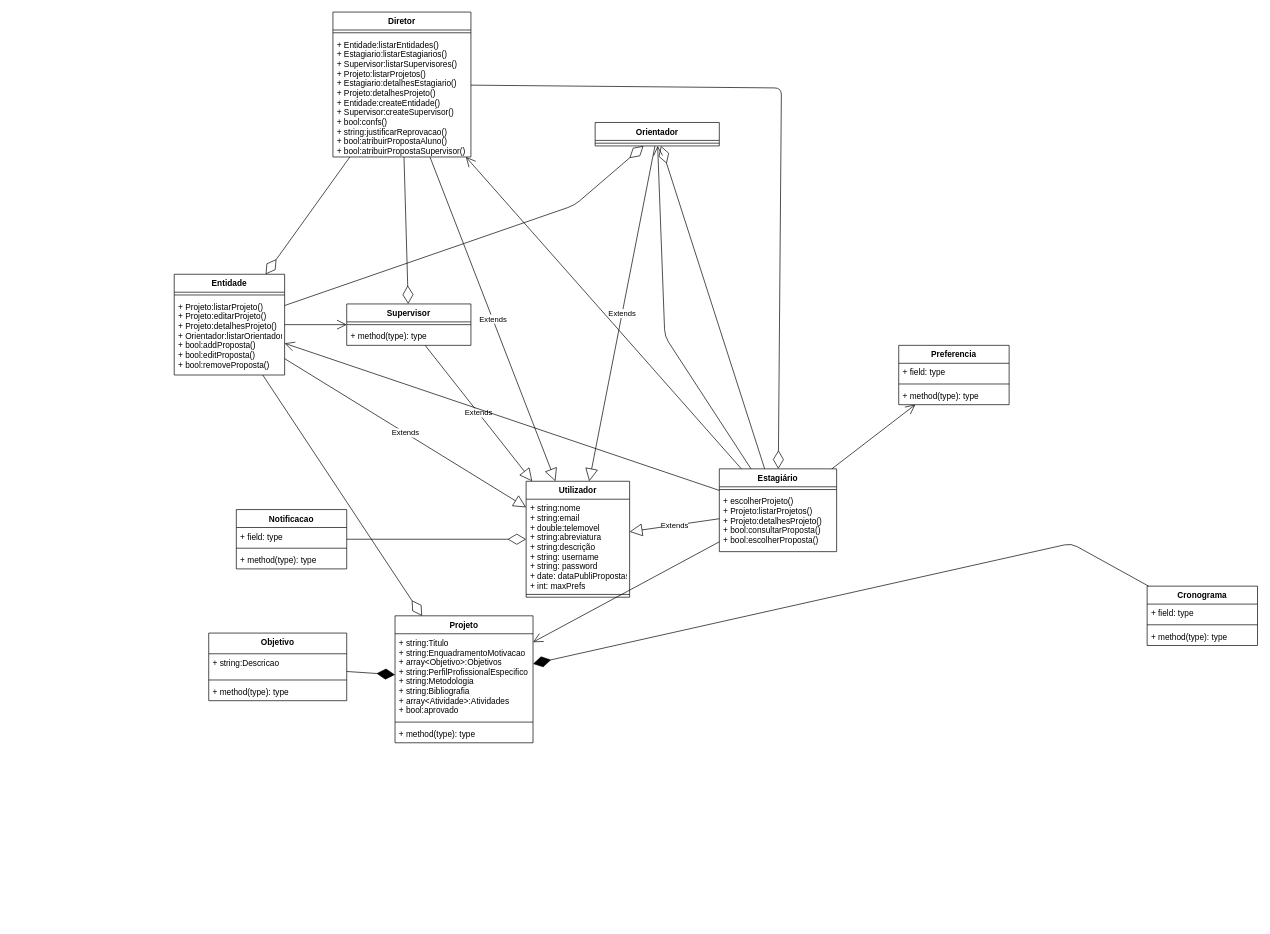
This is diag_classes.drawio from ruimpcastro/phpmockup, a draw.io file, before an edit. Source tidied: cells renumbered, new cells numbered last; positions are measured from the earlier drawing's top-left corner, leaving out a move shared by most shapes. Both pictures are drawn from the tidied source at 69%, with x=0, y=0 at pixel (174, 12).
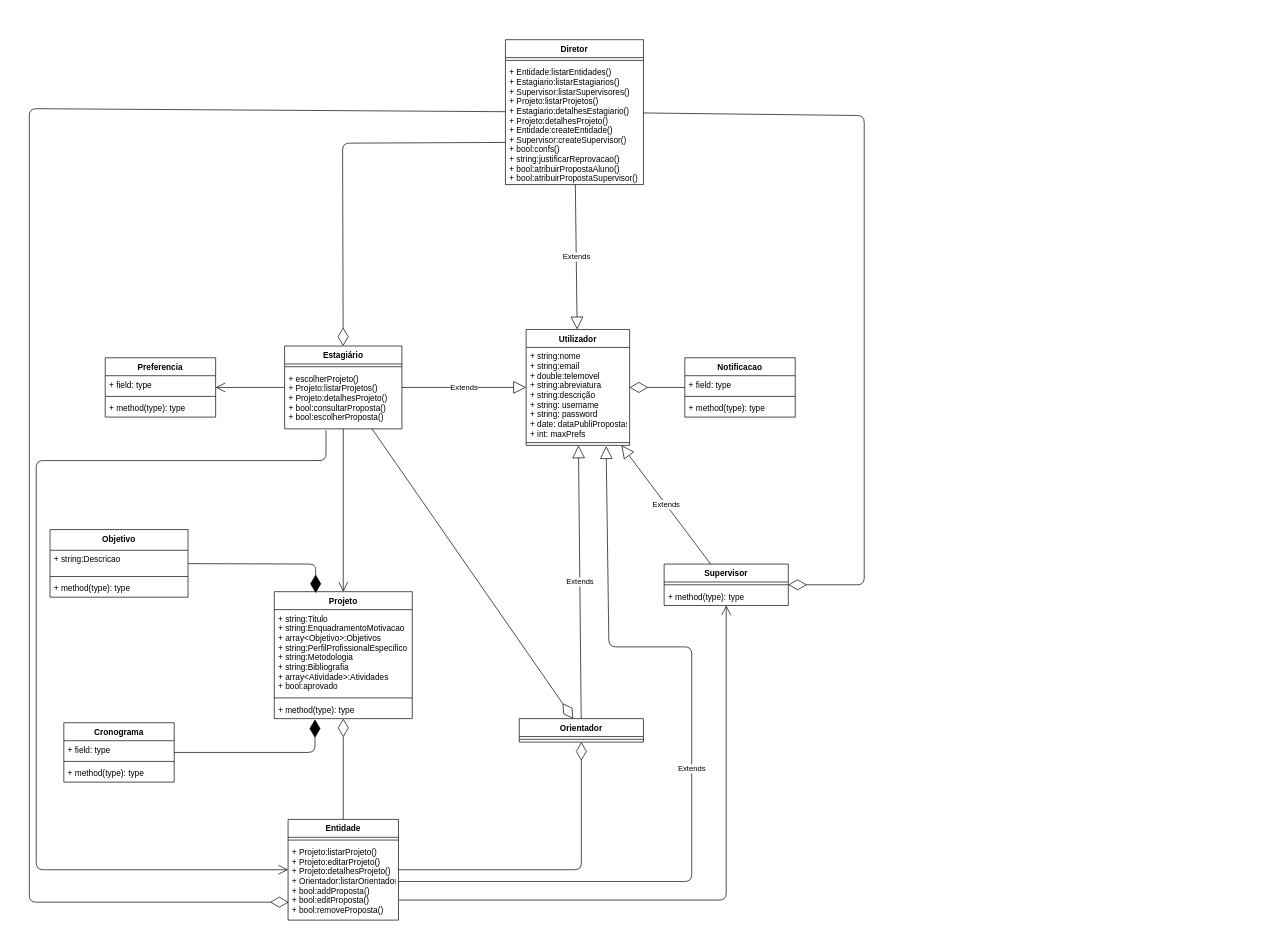
The same page after the edit.

Commit message:
Ajustes no diagrama de classes e organização do mesmo

Unchanged cells that the change refers to:
```xml
<mxCell id="4" style="line;strokeWidth=1;fillColor=none;align=left;verticalAlign=middle;spacingTop=-1;spacingLeft=3;spacingRight=3;labelPosition=right;points=[];portConstraint=eastwest;" parent="2" vertex="1">
  <mxGeometry y="160" width="150" height="8" as="geometry" />
</mxCell>
<mxCell id="9" value="+ Entidade:listarEntidades()&#10;+ Estagiario:listarEstagiarios()&#10;+ Supervisor:listarSupervisores()&#10;+ Projeto:listarProjetos()&#10;+ Estagiario:detalhesEstagiario()&#10;+ Projeto:detalhesProjeto()&#10;+ Entidade:createEntidade()&#10;+ Supervisor:createSupervisor()&#10;+ bool:confs()&#10;+ string:justificarReprovacao()&#10;+ bool:atribuirPropostaAluno()&#10;+ bool:atribuirPropostaSupervisor()&#10;" style="text;strokeColor=none;fillColor=none;align=left;verticalAlign=top;spacingLeft=4;spacingRight=4;overflow=hidden;points=[[0,0.5],[1,0.5]];portConstraint=eastwest;" parent="7" vertex="1">
  <mxGeometry y="34" width="200" height="176" as="geometry" />
</mxCell>
<mxCell id="12" value="+ Projeto:listarProjeto()&#10;+ Projeto:editarProjeto()&#10;+ Projeto:detalhesProjeto()&#10;+ Orientador:listarOrientadores()&#10;+ bool:addProposta()&#10;+ bool:editProposta()&#10;+ bool:removeProposta()" style="text;strokeColor=none;fillColor=none;align=left;verticalAlign=top;spacingLeft=4;spacingRight=4;overflow=hidden;points=[[0,0.5],[1,0.5]];portConstraint=eastwest;" parent="10" vertex="1">
  <mxGeometry y="34" width="160" height="112" as="geometry" />
</mxCell>
<mxCell id="23" value="+ method(type): type" style="text;strokeColor=none;fillColor=none;align=left;verticalAlign=top;spacingLeft=4;spacingRight=4;overflow=hidden;points=[[0,0.5],[1,0.5]];portConstraint=eastwest;" parent="20" vertex="1">
  <mxGeometry y="158" width="200" height="26" as="geometry" />
</mxCell>
```

What changed in the source:
```diff
@@
     <mxCell id="2" value="Utilizador" style="swimlane;fontStyle=1;align=center;verticalAlign=top;horizontal=1;startSize=26;" parent="1" vertex="1">
-      <mxGeometry x="510" y="680" width="150" height="168" as="geometry" />
+      <mxGeometry x="510" y="460" width="150" height="168" as="geometry" />
     </mxCell>
@@
     <mxCell id="5" value="Orientador" style="swimlane;fontStyle=1;align=center;verticalAlign=top;horizontal=1;startSize=26;" parent="1" vertex="1">
-      <mxGeometry x="610" y="160" width="180" height="34" as="geometry" />
+      <mxGeometry x="500" y="1024" width="180" height="34" as="geometry" />
     </mxCell>
@@
     <mxCell id="7" value="Diretor" style="swimlane;fontStyle=1;align=center;verticalAlign=top;horizontal=1;startSize=26;" parent="1" vertex="1">
-      <mxGeometry x="230" width="200" height="210" as="geometry" />
+      <mxGeometry x="480" y="40" width="200" height="210" as="geometry" />
     </mxCell>
@@
     <mxCell id="10" value="Entidade" style="swimlane;fontStyle=1;align=center;verticalAlign=top;horizontal=1;startSize=26;" parent="1" vertex="1">
-      <mxGeometry y="380" width="160" height="146" as="geometry" />
+      <mxGeometry x="165" y="1170" width="160" height="146" as="geometry" />
     </mxCell>
@@
-    <mxCell id="13" style="endArrow=open;endFill=1;endSize=12;html=1;" parent="1" edge="1" source="10" target="14">
-      <mxGeometry relative="1" as="geometry" />
+    <mxCell id="13" style="endArrow=open;endFill=1;endSize=12;html=1;exitX=1.006;exitY=0.741;exitDx=0;exitDy=0;exitPerimeter=0;" parent="1" edge="1" source="12" target="14">
+      <mxGeometry relative="1" as="geometry">
+        <Array as="points">
+          <mxPoint x="800" y="1287" />
+        </Array>
+      </mxGeometry>
     </mxCell>
     <mxCell id="14" value="Supervisor" style="swimlane;fontStyle=1;align=center;verticalAlign=top;horizontal=1;startSize=26;" parent="1" vertex="1">
-      <mxGeometry x="250" y="423" width="180" height="60" as="geometry" />
+      <mxGeometry x="710" y="800" width="180" height="60" as="geometry" />
     </mxCell>
@@
     <mxCell id="17" value="Estagiário" style="swimlane;fontStyle=1;align=center;verticalAlign=top;horizontal=1;startSize=26;" parent="1" vertex="1">
-      <mxGeometry x="790" y="662" width="170" height="120" as="geometry" />
+      <mxGeometry x="160" y="484" width="170" height="120" as="geometry" />
     </mxCell>
@@
     <mxCell id="20" value="Projeto" style="swimlane;fontStyle=1;align=center;verticalAlign=top;horizontal=1;startSize=26;" parent="1" vertex="1">
-      <mxGeometry x="320" y="875" width="200" height="184" as="geometry" />
+      <mxGeometry x="145" y="840" width="200" height="184" as="geometry" />
     </mxCell>
@@
     <mxCell id="24" value="Objetivo" style="swimlane;fontStyle=1;align=center;verticalAlign=top;horizontal=1;startSize=30;" parent="1" vertex="1">
-      <mxGeometry x="50" y="900" width="200" height="98" as="geometry" />
+      <mxGeometry x="-180" y="750" width="200" height="98" as="geometry" />
     </mxCell>
@@
     <mxCell id="29" value="Cronograma" style="swimlane;fontStyle=1;align=center;verticalAlign=top;horizontal=1;startSize=26;" parent="1" vertex="1">
-      <mxGeometry x="1410" y="832" width="160" height="86" as="geometry" />
+      <mxGeometry x="-160" y="1030" width="160" height="86" as="geometry" />
     </mxCell>
@@
-    <mxCell id="33" style="endArrow=diamondThin;endFill=1;endSize=24;html=1;" parent="1" edge="1" source="29" target="20">
+    <mxCell id="33" style="endArrow=diamondThin;endFill=1;endSize=24;html=1;entryX=0.295;entryY=1.038;entryDx=0;entryDy=0;entryPerimeter=0;" parent="1" edge="1" source="29" target="23">
       <mxGeometry relative="1" as="geometry">
         <Array as="points">
-          <mxPoint x="1300" y="770" />
+          <mxPoint x="204" y="1073" />
         </Array>
       </mxGeometry>
     </mxCell>
-    <mxCell id="34" style="endArrow=diamondThin;endFill=1;endSize=24;html=1;" parent="1" edge="1" source="24" target="20">
-      <mxGeometry relative="1" as="geometry" />
+    <mxCell id="34" style="endArrow=diamondThin;endFill=1;endSize=24;html=1;entryX=0.3;entryY=0.011;entryDx=0;entryDy=0;entryPerimeter=0;" parent="1" edge="1" source="24" target="20">
+      <mxGeometry relative="1" as="geometry">
+        <Array as="points">
+          <mxPoint x="205" y="800" />
+        </Array>
+      </mxGeometry>
     </mxCell>
     <mxCell id="35" value="Notificacao" style="swimlane;fontStyle=1;align=center;verticalAlign=top;horizontal=1;startSize=26;" parent="1" vertex="1">
-      <mxGeometry x="90" y="721" width="160" height="86" as="geometry" />
+      <mxGeometry x="740" y="501" width="160" height="86" as="geometry" />
     </mxCell>
@@
-    <mxCell id="43" value="Extends" style="endArrow=block;endSize=16;endFill=0;html=1;" parent="1" edge="1" source="10" target="2">
-      <mxGeometry relative="1" as="geometry" />
+    <mxCell id="43" value="Extends" style="endArrow=block;endSize=16;endFill=0;html=1;entryX=0.773;entryY=1.125;entryDx=0;entryDy=0;entryPerimeter=0;exitX=1;exitY=0.5;exitDx=0;exitDy=0;" parent="1" edge="1" source="12" target="4">
+      <mxGeometry relative="1" as="geometry">
+        <Array as="points">
+          <mxPoint x="750" y="1260" />
+          <mxPoint x="750" y="920" />
+          <mxPoint x="630" y="920" />
+        </Array>
+      </mxGeometry>
     </mxCell>
@@
-    <mxCell id="45" style="endArrow=diamondThin;endFill=0;endSize=24;html=1;" parent="1" edge="1" source="7" target="10">
-      <mxGeometry relative="1" as="geometry" />
+    <mxCell id="45" style="endArrow=diamondThin;endFill=0;endSize=24;html=1;entryX=0.006;entryY=0.768;entryDx=0;entryDy=0;entryPerimeter=0;" parent="1" edge="1" source="7" target="12">
+      <mxGeometry relative="1" as="geometry">
+        <Array as="points">
+          <mxPoint x="-210" y="140" />
+          <mxPoint x="-210" y="1290" />
+        </Array>
+      </mxGeometry>
     </mxCell>
-    <mxCell id="46" style="endArrow=diamondThin;endFill=0;endSize=24;html=1;" parent="1" edge="1" source="7" target="17">
+    <mxCell id="46" style="endArrow=diamondThin;endFill=0;endSize=24;html=1;exitX=0;exitY=0.653;exitDx=0;exitDy=0;exitPerimeter=0;" parent="1" edge="1" source="9" target="17">
       <mxGeometry relative="1" as="geometry">
         <Array as="points">
-          <mxPoint x="880" y="110" />
+          <mxPoint x="244" y="190" />
         </Array>
       </mxGeometry>
     </mxCell>
     <mxCell id="47" style="endArrow=diamondThin;endFill=0;endSize=24;html=1;" parent="1" edge="1" source="7" target="14">
-      <mxGeometry relative="1" as="geometry" />
+      <mxGeometry relative="1" as="geometry">
+        <Array as="points">
+          <mxPoint x="1000" y="150" />
+          <mxPoint x="1000" y="830" />
+        </Array>
+      </mxGeometry>
     </mxCell>
@@
-    <mxCell id="50" style="endArrow=open;endFill=1;endSize=12;html=1;" parent="1" edge="1" source="17" target="5">
-      <mxGeometry relative="1" as="geometry">
-        <Array as="points">
-          <mxPoint x="711" y="470" />
-        </Array>
-      </mxGeometry>
-    </mxCell>
-    <mxCell id="51" style="endArrow=open;endFill=1;endSize=12;html=1;" parent="1" edge="1" source="17" target="7">
-      <mxGeometry relative="1" as="geometry" />
-    </mxCell>
-    <mxCell id="52" style="endArrow=open;endFill=1;endSize=12;html=1;" parent="1" edge="1" source="17" target="10">
-      <mxGeometry relative="1" as="geometry" />
+    <mxCell id="52" style="endArrow=open;endFill=1;endSize=12;html=1;" parent="1" edge="1" target="10">
+      <mxGeometry relative="1" as="geometry">
+        <mxPoint x="220" y="606" as="sourcePoint" />
+        <Array as="points">
+          <mxPoint x="220" y="650" />
+          <mxPoint x="-200" y="650" />
+          <mxPoint x="-200" y="1243" />
+        </Array>
+      </mxGeometry>
     </mxCell>
     <mxCell id="53" value="Preferencia" style="swimlane;fontStyle=1;align=center;verticalAlign=top;horizontal=1;startSize=26;" parent="1" vertex="1">
-      <mxGeometry x="1050" y="483" width="160" height="86" as="geometry" />
+      <mxGeometry x="-100" y="501" width="160" height="86" as="geometry" />
     </mxCell>
@@
     <mxCell id="58" style="endArrow=diamondThin;endFill=0;endSize=24;html=1;" parent="1" edge="1" source="10" target="5">
       <mxGeometry relative="1" as="geometry">
         <Array as="points">
-          <mxPoint x="580" y="280" />
+          <mxPoint x="590" y="1243" />
         </Array>
       </mxGeometry>
     </mxCell>
```
